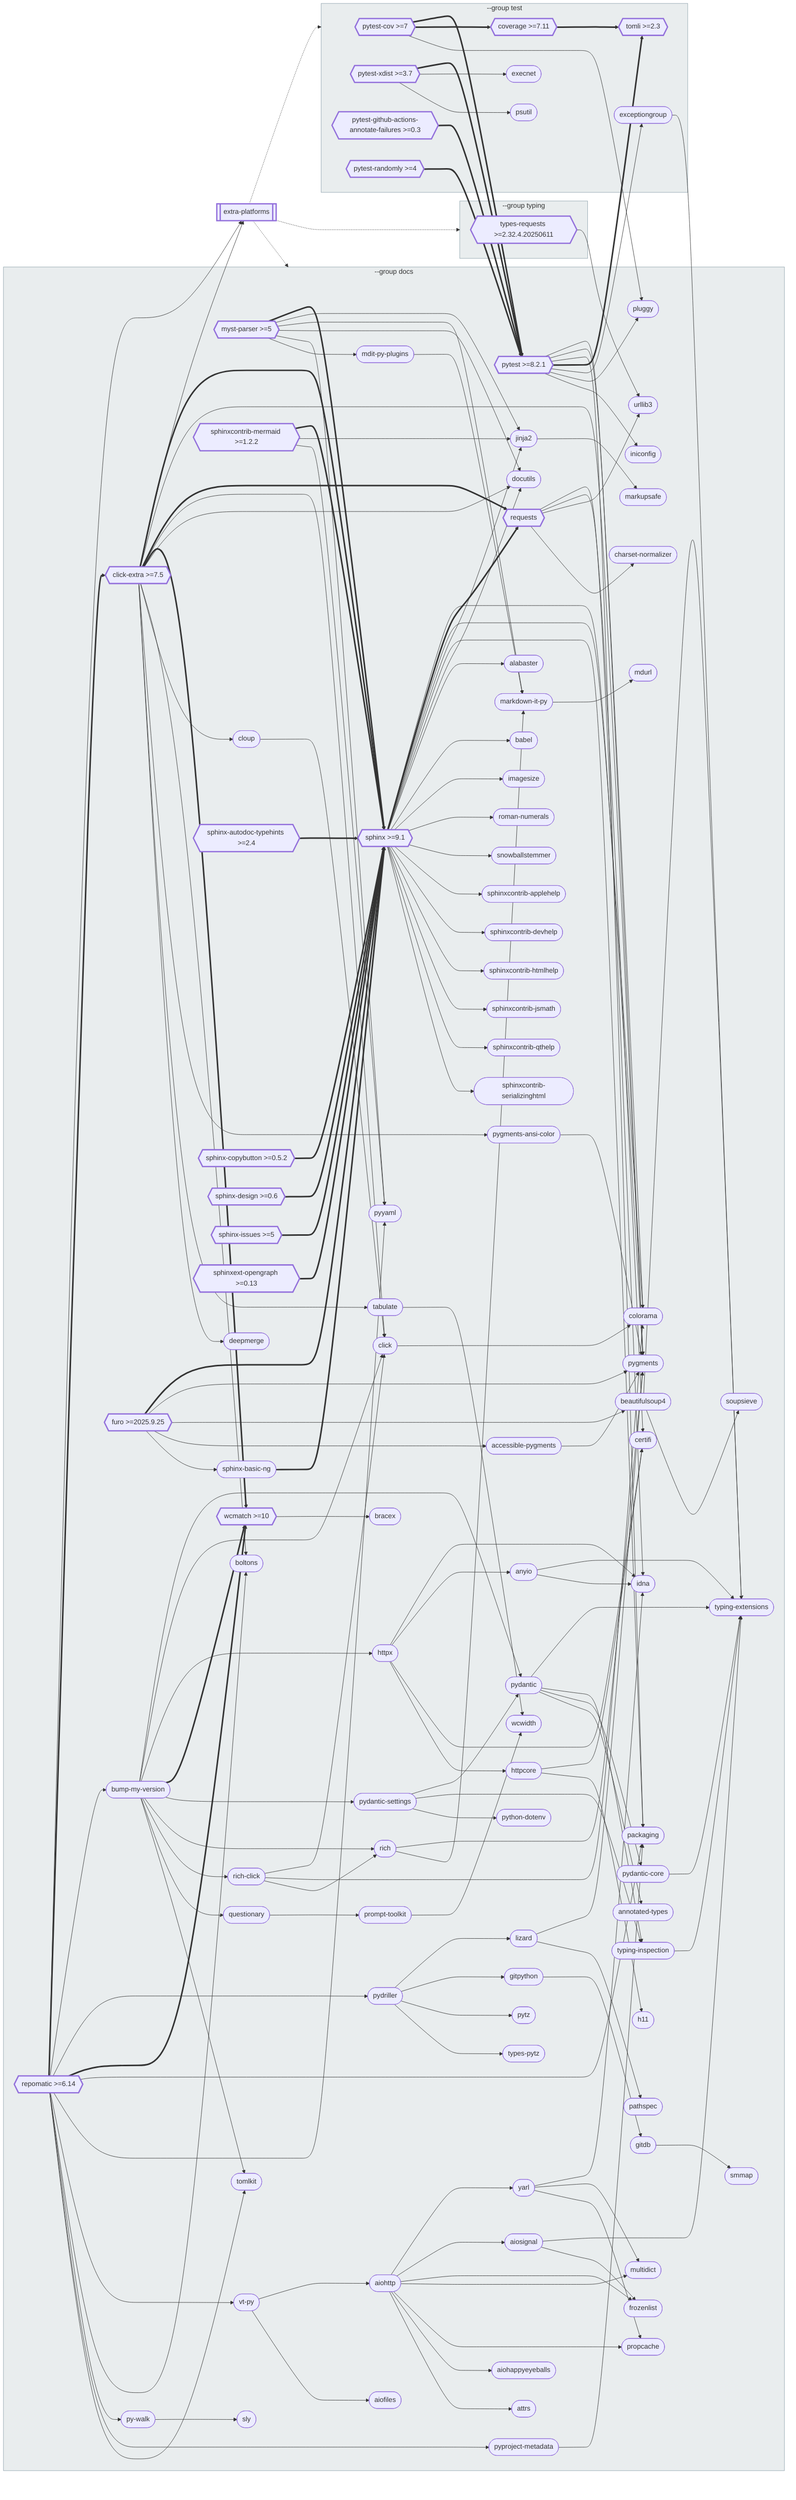
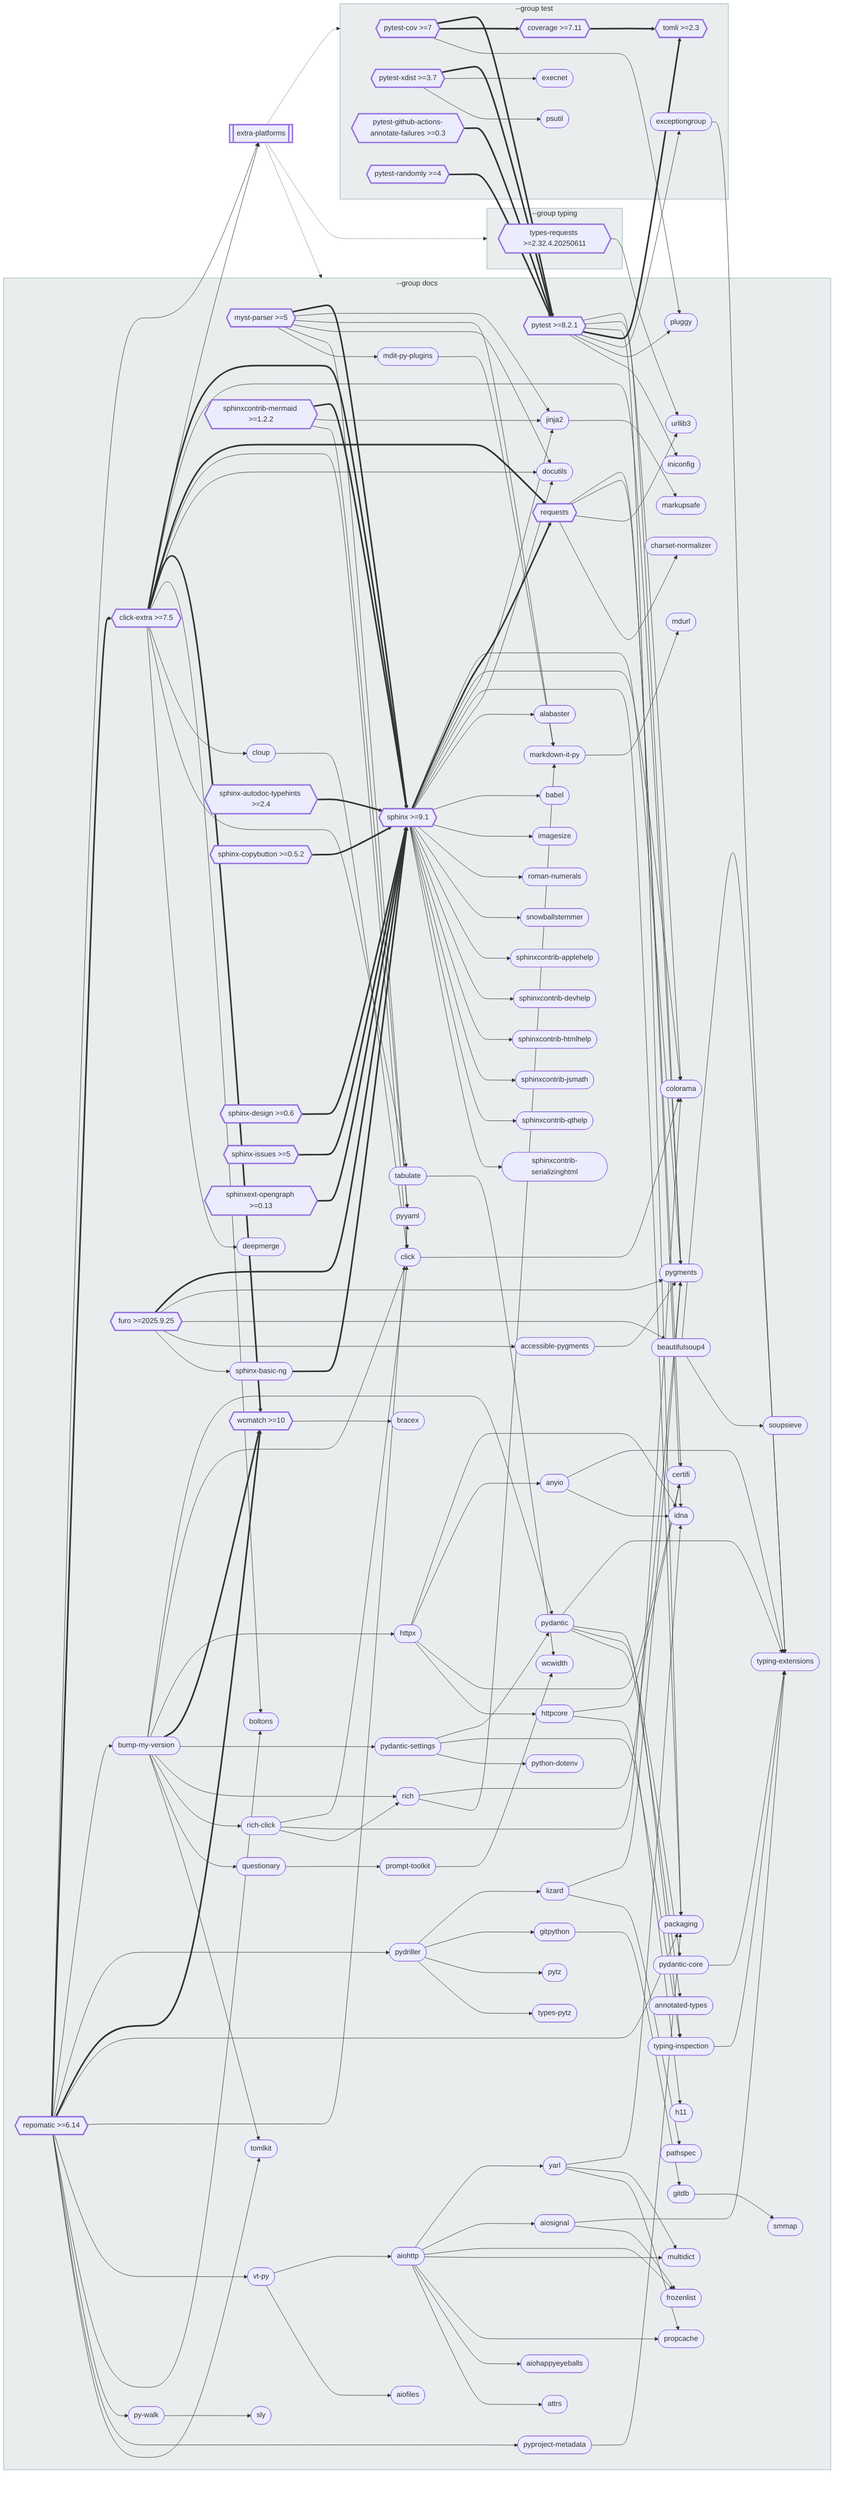
flowchart LR
    extra_platforms[["`extra-platforms`"]]

    subgraph grp_docs [--group docs]
        sphinx{{"`sphinx >=9.1`"}}
        click_extra{{"`click-extra >=7.5`"}}
        repomatic{{"`repomatic >=6.14`"}}
        pytest{{"`pytest >=8.2.1`"}}
        bump_my_version(["`bump-my-version`"])
        aiohttp(["`aiohttp`"])
+         myst_parser{{"`myst-parser >=5`"}}
        pygments(["`pygments`"])
-         myst_parser{{"`myst-parser >=5`"}}
        requests{{"`requests`"}}
        typing_extensions(["`typing-extensions`"])
        furo{{"`furo >=2025.9.25`"}}
        pydantic(["`pydantic`"])
        click_0(["`click`"])
        httpx(["`httpx`"])
        pydriller(["`pydriller`"])
        wcmatch{{"`wcmatch >=10`"}}
        colorama(["`colorama`"])
        idna(["`idna`"])
        jinja2(["`jinja2`"])
        markdown_it_py(["`markdown-it-py`"])
        packaging(["`packaging`"])
        pydantic_settings(["`pydantic-settings`"])
        rich(["`rich`"])
        rich_click(["`rich-click`"])
        sphinxcontrib_mermaid{{"`sphinxcontrib-mermaid >=1.2.2`"}}
        yarl(["`yarl`"])
        aiosignal(["`aiosignal`"])
        anyio(["`anyio`"])
        beautifulsoup4(["`beautifulsoup4`"])
        certifi(["`certifi`"])
        docutils(["`docutils`"])
        httpcore(["`httpcore`"])
        lizard(["`lizard`"])
        pyyaml(["`pyyaml`"])
        typing_inspection(["`typing-inspection`"])
        vt_py(["`vt-py`"])
        accessible_pygments(["`accessible-pygments`"])
        boltons(["`boltons`"])
        cloup(["`cloup`"])
        frozenlist(["`frozenlist`"])
        gitdb(["`gitdb`"])
        gitpython(["`gitpython`"])
        mdit_py_plugins(["`mdit-py-plugins`"])
        multidict(["`multidict`"])
        pluggy(["`pluggy`"])
        prompt_toolkit(["`prompt-toolkit`"])
        propcache(["`propcache`"])
        py_walk(["`py-walk`"])
        pydantic_core(["`pydantic-core`"])
-         pygments_ansi_color(["`pygments-ansi-color`"])
        pyproject_metadata(["`pyproject-metadata`"])
        questionary(["`questionary`"])
        sphinx_autodoc_typehints{{"`sphinx-autodoc-typehints >=2.4`"}}
        sphinx_basic_ng(["`sphinx-basic-ng`"])
        sphinx_copybutton{{"`sphinx-copybutton >=0.5.2`"}}
        sphinx_design{{"`sphinx-design >=0.6`"}}
        sphinx_issues{{"`sphinx-issues >=5`"}}
        sphinxext_opengraph{{"`sphinxext-opengraph >=0.13`"}}
        tabulate(["`tabulate`"])
        tomlkit(["`tomlkit`"])
        urllib3(["`urllib3`"])
        wcwidth(["`wcwidth`"])
        aiofiles(["`aiofiles`"])
        aiohappyeyeballs(["`aiohappyeyeballs`"])
        alabaster(["`alabaster`"])
        annotated_types(["`annotated-types`"])
        attrs(["`attrs`"])
        babel(["`babel`"])
        bracex(["`bracex`"])
        charset_normalizer(["`charset-normalizer`"])
        deepmerge(["`deepmerge`"])
        h11(["`h11`"])
        imagesize(["`imagesize`"])
        iniconfig(["`iniconfig`"])
        markupsafe(["`markupsafe`"])
        mdurl(["`mdurl`"])
        pathspec(["`pathspec`"])
        python_dotenv(["`python-dotenv`"])
        pytz(["`pytz`"])
        roman_numerals(["`roman-numerals`"])
        sly(["`sly`"])
        smmap(["`smmap`"])
        snowballstemmer(["`snowballstemmer`"])
        soupsieve(["`soupsieve`"])
        sphinxcontrib_applehelp(["`sphinxcontrib-applehelp`"])
        sphinxcontrib_devhelp(["`sphinxcontrib-devhelp`"])
        sphinxcontrib_htmlhelp(["`sphinxcontrib-htmlhelp`"])
        sphinxcontrib_jsmath(["`sphinxcontrib-jsmath`"])
        sphinxcontrib_qthelp(["`sphinxcontrib-qthelp`"])
        sphinxcontrib_serializinghtml(["`sphinxcontrib-serializinghtml`"])
        types_pytz(["`types-pytz`"])
    end

    subgraph grp_test [--group test]
        pytest_cov{{"`pytest-cov >=7`"}}
        pytest_xdist{{"`pytest-xdist >=3.7`"}}
        coverage{{"`coverage >=7.11`"}}
        tomli{{"`tomli >=2.3`"}}
        exceptiongroup(["`exceptiongroup`"])
        pytest_github_actions_annotate_failures{{"`pytest-github-actions-annotate-failures >=0.3`"}}
        pytest_randomly{{"`pytest-randomly >=4`"}}
        execnet(["`execnet`"])
        psutil(["`psutil`"])
    end

    subgraph grp_typing [--group typing]
        types_requests{{"`types-requests >=2.32.4.20250611`"}}
    end

    sphinx --> pygments
    sphinx ==> requests
    sphinx --> colorama
    sphinx --> jinja2
    sphinx --> packaging
    sphinx --> docutils
    sphinx --> alabaster
    sphinx --> babel
    sphinx --> imagesize
    sphinx --> roman_numerals
    sphinx --> snowballstemmer
    sphinx --> sphinxcontrib_applehelp
    sphinx --> sphinxcontrib_devhelp
    sphinx --> sphinxcontrib_htmlhelp
    sphinx --> sphinxcontrib_jsmath
    sphinx --> sphinxcontrib_qthelp
    sphinx --> sphinxcontrib_serializinghtml
    click_extra ==> sphinx
    click_extra --> extra_platforms
    click_extra --> pygments
    click_extra ==> requests
    click_extra --> click_0
    click_extra ==> wcmatch
    click_extra --> docutils
    click_extra --> boltons
    click_extra --> cloup
-     click_extra --> pygments_ansi_color
    click_extra --> tabulate
    click_extra --> deepmerge
    repomatic --> extra_platforms
    repomatic ==> click_extra
    repomatic --> bump_my_version
    repomatic --> pydriller
    repomatic ==> wcmatch
    repomatic --> packaging
    repomatic --> pyyaml
    repomatic --> vt_py
    repomatic --> boltons
    repomatic --> py_walk
    repomatic --> pyproject_metadata
    repomatic --> tomlkit
    pytest --> pygments
    pytest --> colorama
    pytest --> packaging
    pytest ==> tomli
    pytest --> exceptiongroup
    pytest --> pluggy
    pytest --> iniconfig
    myst_parser ==> sphinx
    myst_parser --> jinja2
    myst_parser --> markdown_it_py
    myst_parser --> docutils
    myst_parser --> pyyaml
    myst_parser --> mdit_py_plugins
    requests --> idna
    requests --> certifi
    requests --> urllib3
    requests --> charset_normalizer
    furo ==> sphinx
    furo --> pygments
    furo --> beautifulsoup4
    furo --> accessible_pygments
    furo --> sphinx_basic_ng
    wcmatch --> bracex
    pytest_cov ==> pytest
    pytest_cov ==> coverage
    pytest_cov --> pluggy
    pytest_xdist ==> pytest
    pytest_xdist --> execnet
    pytest_xdist --> psutil
    sphinxcontrib_mermaid ==> sphinx
    sphinxcontrib_mermaid --> jinja2
    sphinxcontrib_mermaid --> pyyaml
    coverage ==> tomli
    pytest_github_actions_annotate_failures ==> pytest
    pytest_randomly ==> pytest
    sphinx_autodoc_typehints ==> sphinx
    sphinx_copybutton ==> sphinx
    sphinx_design ==> sphinx
    sphinx_issues ==> sphinx
    sphinxext_opengraph ==> sphinx
    types_requests --> urllib3
    bump_my_version --> pydantic
    bump_my_version --> click_0
    bump_my_version --> httpx
    bump_my_version ==> wcmatch
    bump_my_version --> pydantic_settings
    bump_my_version --> rich
    bump_my_version --> rich_click
    bump_my_version --> questionary
    bump_my_version --> tomlkit
    click_0 --> colorama
    pydriller --> lizard
    pydriller --> gitpython
    pydriller --> pytz
    pydriller --> types_pytz
    jinja2 --> markupsafe
    markdown_it_py --> mdurl
    beautifulsoup4 --> typing_extensions
    beautifulsoup4 --> soupsieve
    vt_py --> aiohttp
    vt_py --> aiofiles
    accessible_pygments --> pygments
    cloup --> click_0
    exceptiongroup --> typing_extensions
    mdit_py_plugins --> markdown_it_py
    py_walk --> sly
-     pygments_ansi_color --> pygments
    pyproject_metadata --> packaging
    sphinx_basic_ng ==> sphinx
    tabulate --> wcwidth
    aiohttp --> yarl
    aiohttp --> aiosignal
    aiohttp --> frozenlist
    aiohttp --> multidict
    aiohttp --> propcache
    aiohttp --> aiohappyeyeballs
    aiohttp --> attrs
    pydantic --> typing_extensions
    pydantic --> typing_inspection
    pydantic --> pydantic_core
    pydantic --> annotated_types
    httpx --> idna
    httpx --> anyio
    httpx --> certifi
    httpx --> httpcore
    pydantic_settings --> pydantic
    pydantic_settings --> typing_inspection
    pydantic_settings --> python_dotenv
    rich --> pygments
    rich --> markdown_it_py
    rich_click --> click_0
    rich_click --> colorama
    rich_click --> rich
    lizard --> pygments
    lizard --> pathspec
    gitpython --> gitdb
    questionary --> prompt_toolkit
    yarl --> idna
    yarl --> multidict
    yarl --> propcache
    aiosignal --> typing_extensions
    aiosignal --> frozenlist
    anyio --> typing_extensions
    anyio --> idna
    httpcore --> certifi
    httpcore --> h11
    typing_inspection --> typing_extensions
    gitdb --> smmap
    prompt_toolkit --> wcwidth
    pydantic_core --> typing_extensions
    extra_platforms -.-> grp_docs
    extra_platforms -.-> grp_test
    extra_platforms -.-> grp_typing

    click accessible_pygments "https://pypi.org/project/accessible-pygments/" _blank
    click aiofiles "https://pypi.org/project/aiofiles/" _blank
    click aiohappyeyeballs "https://pypi.org/project/aiohappyeyeballs/" _blank
    click aiohttp "https://pypi.org/project/aiohttp/" _blank
    click aiosignal "https://pypi.org/project/aiosignal/" _blank
    click alabaster "https://pypi.org/project/alabaster/" _blank
    click annotated_types "https://pypi.org/project/annotated-types/" _blank
    click anyio "https://pypi.org/project/anyio/" _blank
    click attrs "https://pypi.org/project/attrs/" _blank
    click babel "https://pypi.org/project/babel/" _blank
    click beautifulsoup4 "https://pypi.org/project/beautifulsoup4/" _blank
    click boltons "https://pypi.org/project/boltons/" _blank
    click bracex "https://pypi.org/project/bracex/" _blank
    click bump_my_version "https://pypi.org/project/bump-my-version/" _blank
    click certifi "https://pypi.org/project/certifi/" _blank
    click charset_normalizer "https://pypi.org/project/charset-normalizer/" _blank
    click click_0 "https://pypi.org/project/click/" _blank
    click click_extra "https://pypi.org/project/click-extra/" _blank
    click cloup "https://pypi.org/project/cloup/" _blank
    click colorama "https://pypi.org/project/colorama/" _blank
    click coverage "https://pypi.org/project/coverage/" _blank
    click deepmerge "https://pypi.org/project/deepmerge/" _blank
    click docutils "https://pypi.org/project/docutils/" _blank
    click exceptiongroup "https://pypi.org/project/exceptiongroup/" _blank
    click execnet "https://pypi.org/project/execnet/" _blank
    click extra_platforms "https://pypi.org/project/extra-platforms/" _blank
    click frozenlist "https://pypi.org/project/frozenlist/" _blank
    click furo "https://pypi.org/project/furo/" _blank
    click gitdb "https://pypi.org/project/gitdb/" _blank
    click gitpython "https://pypi.org/project/gitpython/" _blank
    click h11 "https://pypi.org/project/h11/" _blank
    click httpcore "https://pypi.org/project/httpcore/" _blank
    click httpx "https://pypi.org/project/httpx/" _blank
    click idna "https://pypi.org/project/idna/" _blank
    click imagesize "https://pypi.org/project/imagesize/" _blank
    click iniconfig "https://pypi.org/project/iniconfig/" _blank
    click jinja2 "https://pypi.org/project/jinja2/" _blank
    click lizard "https://pypi.org/project/lizard/" _blank
    click markdown_it_py "https://pypi.org/project/markdown-it-py/" _blank
    click markupsafe "https://pypi.org/project/markupsafe/" _blank
    click mdit_py_plugins "https://pypi.org/project/mdit-py-plugins/" _blank
    click mdurl "https://pypi.org/project/mdurl/" _blank
    click multidict "https://pypi.org/project/multidict/" _blank
    click myst_parser "https://pypi.org/project/myst-parser/" _blank
    click packaging "https://pypi.org/project/packaging/" _blank
    click pathspec "https://pypi.org/project/pathspec/" _blank
    click pluggy "https://pypi.org/project/pluggy/" _blank
    click prompt_toolkit "https://pypi.org/project/prompt-toolkit/" _blank
    click propcache "https://pypi.org/project/propcache/" _blank
    click psutil "https://pypi.org/project/psutil/" _blank
    click py_walk "https://pypi.org/project/py-walk/" _blank
    click pydantic "https://pypi.org/project/pydantic/" _blank
    click pydantic_core "https://pypi.org/project/pydantic-core/" _blank
    click pydantic_settings "https://pypi.org/project/pydantic-settings/" _blank
    click pydriller "https://pypi.org/project/pydriller/" _blank
    click pygments "https://pypi.org/project/pygments/" _blank
-     click pygments_ansi_color "https://pypi.org/project/pygments-ansi-color/" _blank
    click pyproject_metadata "https://pypi.org/project/pyproject-metadata/" _blank
    click pytest "https://pypi.org/project/pytest/" _blank
    click pytest_cov "https://pypi.org/project/pytest-cov/" _blank
    click pytest_github_actions_annotate_failures "https://pypi.org/project/pytest-github-actions-annotate-failures/" _blank
    click pytest_randomly "https://pypi.org/project/pytest-randomly/" _blank
    click pytest_xdist "https://pypi.org/project/pytest-xdist/" _blank
    click python_dotenv "https://pypi.org/project/python-dotenv/" _blank
    click pytz "https://pypi.org/project/pytz/" _blank
    click pyyaml "https://pypi.org/project/pyyaml/" _blank
    click questionary "https://pypi.org/project/questionary/" _blank
    click repomatic "https://pypi.org/project/repomatic/" _blank
    click requests "https://pypi.org/project/requests/" _blank
    click rich "https://pypi.org/project/rich/" _blank
    click rich_click "https://pypi.org/project/rich-click/" _blank
    click roman_numerals "https://pypi.org/project/roman-numerals/" _blank
    click sly "https://pypi.org/project/sly/" _blank
    click smmap "https://pypi.org/project/smmap/" _blank
    click snowballstemmer "https://pypi.org/project/snowballstemmer/" _blank
    click soupsieve "https://pypi.org/project/soupsieve/" _blank
    click sphinx "https://pypi.org/project/sphinx/" _blank
    click sphinx_autodoc_typehints "https://pypi.org/project/sphinx-autodoc-typehints/" _blank
    click sphinx_basic_ng "https://pypi.org/project/sphinx-basic-ng/" _blank
    click sphinx_copybutton "https://pypi.org/project/sphinx-copybutton/" _blank
    click sphinx_design "https://pypi.org/project/sphinx-design/" _blank
    click sphinx_issues "https://pypi.org/project/sphinx-issues/" _blank
    click sphinxcontrib_applehelp "https://pypi.org/project/sphinxcontrib-applehelp/" _blank
    click sphinxcontrib_devhelp "https://pypi.org/project/sphinxcontrib-devhelp/" _blank
    click sphinxcontrib_htmlhelp "https://pypi.org/project/sphinxcontrib-htmlhelp/" _blank
    click sphinxcontrib_jsmath "https://pypi.org/project/sphinxcontrib-jsmath/" _blank
    click sphinxcontrib_mermaid "https://pypi.org/project/sphinxcontrib-mermaid/" _blank
    click sphinxcontrib_qthelp "https://pypi.org/project/sphinxcontrib-qthelp/" _blank
    click sphinxcontrib_serializinghtml "https://pypi.org/project/sphinxcontrib-serializinghtml/" _blank
    click sphinxext_opengraph "https://pypi.org/project/sphinxext-opengraph/" _blank
    click tabulate "https://pypi.org/project/tabulate/" _blank
    click tomli "https://pypi.org/project/tomli/" _blank
    click tomlkit "https://pypi.org/project/tomlkit/" _blank
    click types_pytz "https://pypi.org/project/types-pytz/" _blank
    click types_requests "https://pypi.org/project/types-requests/" _blank
    click typing_extensions "https://pypi.org/project/typing-extensions/" _blank
    click typing_inspection "https://pypi.org/project/typing-inspection/" _blank
    click urllib3 "https://pypi.org/project/urllib3/" _blank
    click vt_py "https://pypi.org/project/vt-py/" _blank
    click wcmatch "https://pypi.org/project/wcmatch/" _blank
    click wcwidth "https://pypi.org/project/wcwidth/" _blank
    click yarl "https://pypi.org/project/yarl/" _blank

    style extra_platforms stroke-width:3px
    style click_extra stroke-width:3px
    style coverage stroke-width:3px
    style furo stroke-width:3px
    style myst_parser stroke-width:3px
    style pytest stroke-width:3px
    style pytest_cov stroke-width:3px
    style pytest_github_actions_annotate_failures stroke-width:3px
    style pytest_randomly stroke-width:3px
    style pytest_xdist stroke-width:3px
    style repomatic stroke-width:3px
    style requests stroke-width:3px
    style sphinx stroke-width:3px
    style sphinx_autodoc_typehints stroke-width:3px
    style sphinx_copybutton stroke-width:3px
    style sphinx_design stroke-width:3px
    style sphinx_issues stroke-width:3px
    style sphinxcontrib_mermaid stroke-width:3px
    style sphinxext_opengraph stroke-width:3px
    style tomli stroke-width:3px
    style types_requests stroke-width:3px
    style wcmatch stroke-width:3px

    style grp_docs fill:#546E7A20,stroke:#90A4AE
    style grp_test fill:#546E7A20,stroke:#90A4AE
    style grp_typing fill:#546E7A20,stroke:#90A4AE
